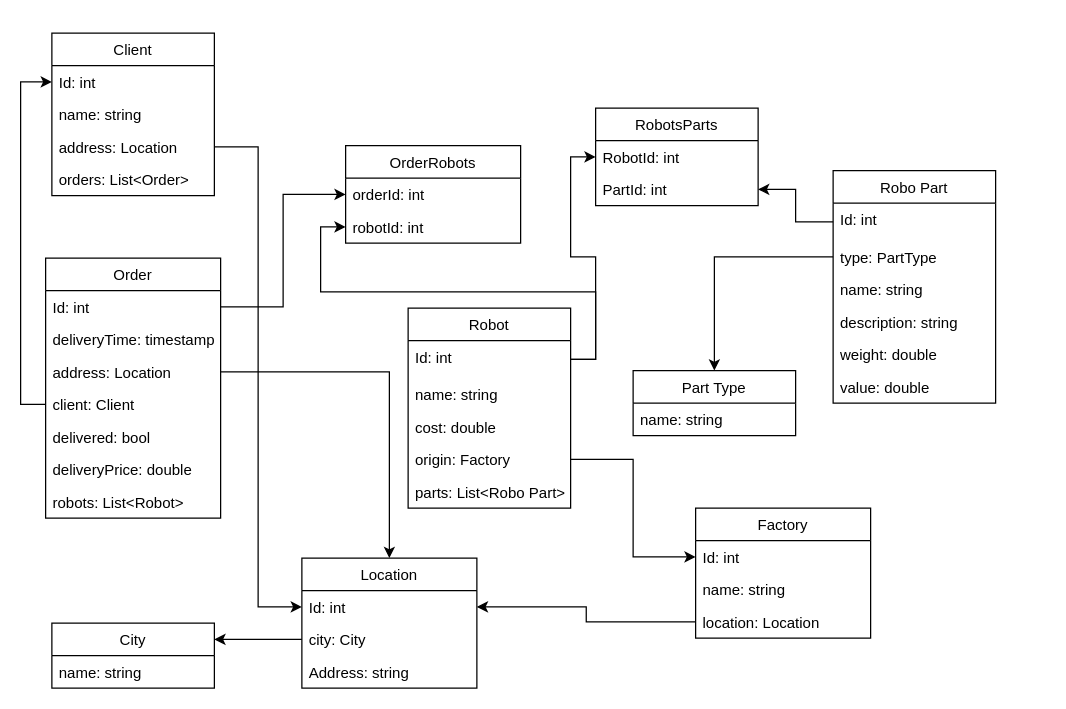
Above: Entity Diagram.drawio in Bl4ck-C4t/Robot-factory (draw.io), before the change. Source tidied: cells renumbered, new cells numbered last; positions are measured from the earlier drawing's top-left corner, leaving out a move shared by most shapes. Both pictures are drawn from the tidied source at 125%, with x=0, y=0 at pixel (45, 32).
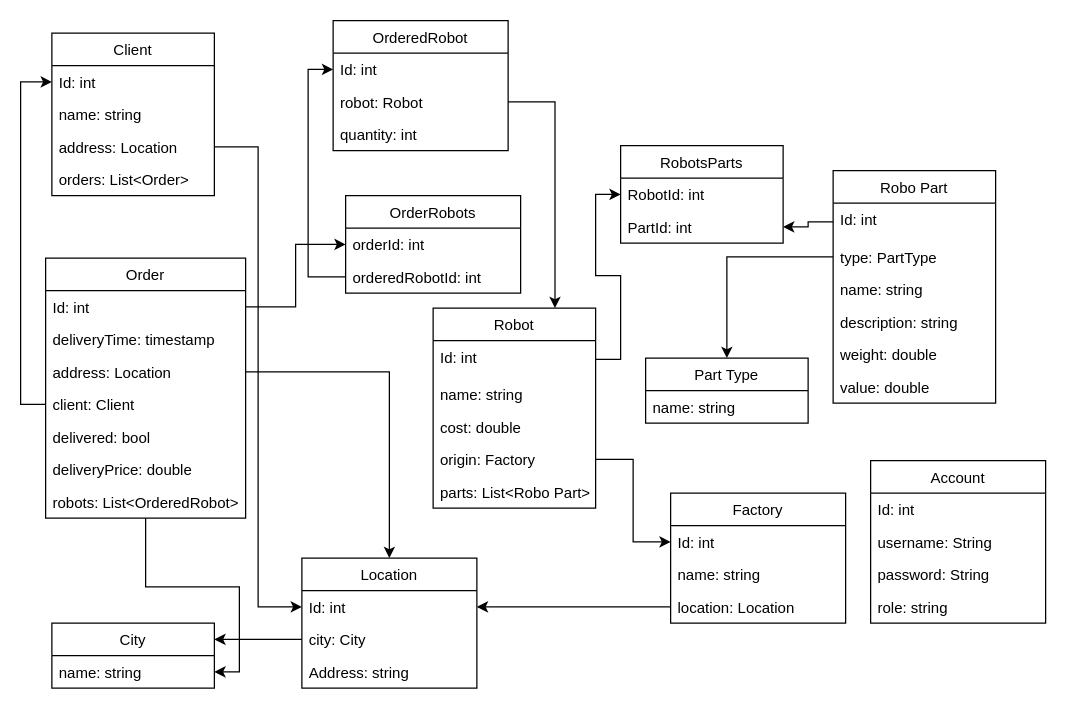
After the change.

Commit message:
Added Ordered Robot and Account to the diagram

The change refers to these unchanged cells:
```xml
<mxCell id="10" value="Id: int" style="text;strokeColor=none;fillColor=none;spacingLeft=4;spacingRight=4;overflow=hidden;points=[[0,0.5],[1,0.5]];portConstraint=eastwest;fontSize=12;" parent="9" vertex="1">
  <mxGeometry y="26" width="130" height="30" as="geometry" />
</mxCell>
<mxCell id="29" value="name: string&#10;" style="text;strokeColor=none;fillColor=none;align=left;verticalAlign=top;spacingLeft=4;spacingRight=4;overflow=hidden;points=[[0,0.5],[1,0.5]];portConstraint=eastwest;" parent="28" vertex="1">
  <mxGeometry y="26" width="130" height="26" as="geometry" />
</mxCell>
```

What changed in the source:
```diff
@@
     <mxCell id="9" value="Robot" style="swimlane;fontStyle=0;horizontal=1;startSize=26;fillColor=none;" parent="1" vertex="1">
-      <mxGeometry x="290" y="220" width="130" height="160" as="geometry" />
+      <mxGeometry x="310" y="220" width="130" height="160" as="geometry" />
     </mxCell>
@@
     <mxCell id="20" value="Part Type" style="swimlane;fontStyle=0;horizontal=1;startSize=26;fillColor=none;" parent="1" vertex="1">
-      <mxGeometry x="470" y="270" width="130" height="52" as="geometry" />
+      <mxGeometry x="480" y="260" width="130" height="52" as="geometry" />
     </mxCell>
@@
     <mxCell id="23" value="RobotsParts" style="swimlane;fontStyle=0;horizontal=1;startSize=26;fillColor=none;" parent="1" vertex="1">
-      <mxGeometry x="440" y="60" width="130" height="78" as="geometry" />
+      <mxGeometry x="460" y="90" width="130" height="78" as="geometry" />
     </mxCell>
@@
     <mxCell id="34" value="OrderRobots" style="swimlane;fontStyle=0;horizontal=1;startSize=26;fillColor=none;" parent="1" vertex="1">
-      <mxGeometry x="240" y="90" width="140" height="78" as="geometry" />
+      <mxGeometry x="240" y="130" width="140" height="78" as="geometry" />
     </mxCell>
@@
-    <mxCell id="36" value="robotId: int" style="text;strokeColor=none;fillColor=none;align=left;verticalAlign=top;spacingLeft=4;spacingRight=4;overflow=hidden;points=[[0,0.5],[1,0.5]];portConstraint=eastwest;" parent="34" vertex="1">
+    <mxCell id="36" value="orderedRobotId: int" style="text;strokeColor=none;fillColor=none;align=left;verticalAlign=top;spacingLeft=4;spacingRight=4;overflow=hidden;points=[[0,0.5],[1,0.5]];portConstraint=eastwest;" parent="34" vertex="1">
       <mxGeometry y="52" width="140" height="26" as="geometry" />
     </mxCell>
+    <mxCell id="57" style="edgeStyle=orthogonalEdgeStyle;rounded=0;jettySize=auto;html=1;" parent="1" edge="1" source="37" target="29">
+      <mxGeometry relative="1" as="geometry" />
+    </mxCell>
     <mxCell id="37" value="Order" style="swimlane;fontStyle=0;horizontal=1;startSize=26;fillColor=none;" parent="1" vertex="1">
-      <mxGeometry y="180" width="140" height="208" as="geometry" />
+      <mxGeometry y="180" width="160" height="208" as="geometry" />
     </mxCell>
     <mxCell id="38" value="Id: int" style="text;strokeColor=none;fillColor=none;align=left;verticalAlign=top;spacingLeft=4;spacingRight=4;overflow=hidden;points=[[0,0.5],[1,0.5]];portConstraint=eastwest;" parent="37" vertex="1">
-      <mxGeometry y="26" width="140" height="26" as="geometry" />
+      <mxGeometry y="26" width="160" height="26" as="geometry" />
     </mxCell>
     <mxCell id="39" value="deliveryTime: timestamp" style="text;strokeColor=none;fillColor=none;align=left;verticalAlign=top;spacingLeft=4;spacingRight=4;overflow=hidden;" parent="37" vertex="1">
-      <mxGeometry y="52" width="140" height="26" as="geometry" />
+      <mxGeometry y="52" width="160" height="26" as="geometry" />
     </mxCell>
     <mxCell id="40" value="address: Location" style="text;strokeColor=none;fillColor=none;align=left;verticalAlign=top;spacingLeft=4;spacingRight=4;overflow=hidden;points=[[0,0.5],[1,0.5]];portConstraint=eastwest;" parent="37" vertex="1">
-      <mxGeometry y="78" width="140" height="26" as="geometry" />
+      <mxGeometry y="78" width="160" height="26" as="geometry" />
     </mxCell>
     <mxCell id="41" value="client: Client" style="text;strokeColor=none;fillColor=none;align=left;verticalAlign=top;spacingLeft=4;spacingRight=4;overflow=hidden;points=[[0,0.5],[1,0.5]];portConstraint=eastwest;" parent="37" vertex="1">
-      <mxGeometry y="104" width="140" height="26" as="geometry" />
+      <mxGeometry y="104" width="160" height="26" as="geometry" />
     </mxCell>
     <mxCell id="42" value="delivered: bool" style="text;strokeColor=none;fillColor=none;align=left;verticalAlign=top;spacingLeft=4;spacingRight=4;overflow=hidden;" parent="37" vertex="1">
-      <mxGeometry y="130" width="140" height="26" as="geometry" />
+      <mxGeometry y="130" width="160" height="26" as="geometry" />
     </mxCell>
     <mxCell id="43" value="deliveryPrice: double" style="text;strokeColor=none;fillColor=none;align=left;verticalAlign=top;spacingLeft=4;spacingRight=4;overflow=hidden;" parent="37" vertex="1">
-      <mxGeometry y="156" width="140" height="26" as="geometry" />
+      <mxGeometry y="156" width="160" height="26" as="geometry" />
     </mxCell>
-    <mxCell id="44" value="robots: List&lt;Robot&gt;" style="text;strokeColor=none;fillColor=none;align=left;verticalAlign=top;spacingLeft=4;spacingRight=4;overflow=hidden;" parent="37" vertex="1">
-      <mxGeometry y="182" width="140" height="26" as="geometry" />
+    <mxCell id="44" value="robots: List&lt;OrderedRobot&gt;" style="text;strokeColor=none;fillColor=none;align=left;verticalAlign=top;spacingLeft=4;spacingRight=4;overflow=hidden;" parent="37" vertex="1">
+      <mxGeometry y="182" width="160" height="26" as="geometry" />
     </mxCell>
@@
-    <mxCell id="46" style="edgeStyle=orthogonalEdgeStyle;rounded=0;jettySize=auto;html=1;exitX=1;exitY=0.5;exitDx=0;exitDy=0;entryX=0;entryY=0.5;entryDx=0;entryDy=0;" parent="1" edge="1" source="10" target="36">
-      <mxGeometry relative="1" as="geometry" />
-    </mxCell>
@@
     <mxCell id="48" value="Factory" style="swimlane;fontStyle=0;horizontal=1;startSize=26;fillColor=none;" parent="1" vertex="1">
-      <mxGeometry x="520" y="380" width="140" height="104" as="geometry" />
+      <mxGeometry x="500" y="368" width="140" height="104" as="geometry" />
     </mxCell>
@@
+    <mxCell id="58" value="OrderedRobot" style="swimlane;fontStyle=0;horizontal=1;startSize=26;fillColor=none;" parent="1" vertex="1">
+      <mxGeometry x="230" y="-10" width="140" height="104" as="geometry" />
+    </mxCell>
+    <mxCell id="59" value="Id: int" style="text;strokeColor=none;fillColor=none;align=left;verticalAlign=top;spacingLeft=4;spacingRight=4;overflow=hidden;points=[[0,0.5],[1,0.5]];portConstraint=eastwest;" parent="58" vertex="1">
+      <mxGeometry y="26" width="140" height="26" as="geometry" />
+    </mxCell>
+    <mxCell id="60" value="robot: Robot" style="text;strokeColor=none;fillColor=none;align=left;verticalAlign=top;spacingLeft=4;spacingRight=4;overflow=hidden;points=[[0,0.5],[1,0.5]];portConstraint=eastwest;" parent="58" vertex="1">
+      <mxGeometry y="52" width="140" height="26" as="geometry" />
+    </mxCell>
+    <mxCell id="61" value="quantity: int" style="text;strokeColor=none;fillColor=none;align=left;verticalAlign=top;spacingLeft=4;spacingRight=4;overflow=hidden;" parent="58" vertex="1">
+      <mxGeometry y="78" width="140" height="26" as="geometry" />
+    </mxCell>
+    <mxCell id="62" style="edgeStyle=orthogonalEdgeStyle;rounded=0;jettySize=auto;html=1;entryX=0.75;entryY=0;entryDx=0;entryDy=0;" parent="1" edge="1" source="60" target="9">
+      <mxGeometry relative="1" as="geometry" />
+    </mxCell>
+    <mxCell id="63" style="edgeStyle=orthogonalEdgeStyle;rounded=0;jettySize=auto;html=1;entryX=0;entryY=0.5;entryDx=0;entryDy=0;" parent="1" edge="1" source="36" target="59">
+      <mxGeometry relative="1" as="geometry" />
+    </mxCell>
+    <mxCell id="64" value="Account" style="swimlane;fontStyle=0;horizontal=1;startSize=26;fillColor=none;" parent="1" vertex="1">
+      <mxGeometry x="660" y="342" width="140" height="130" as="geometry" />
+    </mxCell>
+    <mxCell id="65" value="Id: int" style="text;strokeColor=none;fillColor=none;align=left;verticalAlign=top;spacingLeft=4;spacingRight=4;overflow=hidden;" parent="64" vertex="1">
+      <mxGeometry y="26" width="140" height="26" as="geometry" />
+    </mxCell>
+    <mxCell id="66" value="username: String" style="text;strokeColor=none;fillColor=none;align=left;verticalAlign=top;spacingLeft=4;spacingRight=4;overflow=hidden;" parent="64" vertex="1">
+      <mxGeometry y="52" width="140" height="26" as="geometry" />
+    </mxCell>
+    <mxCell id="67" value="password: String" style="text;strokeColor=none;fillColor=none;align=left;verticalAlign=top;spacingLeft=4;spacingRight=4;overflow=hidden;" parent="64" vertex="1">
+      <mxGeometry y="78" width="140" height="26" as="geometry" />
+    </mxCell>
+    <mxCell id="68" value="role: string" style="text;strokeColor=none;fillColor=none;align=left;verticalAlign=top;spacingLeft=4;spacingRight=4;overflow=hidden;" parent="64" vertex="1">
+      <mxGeometry y="104" width="140" height="26" as="geometry" />
+    </mxCell>
```
